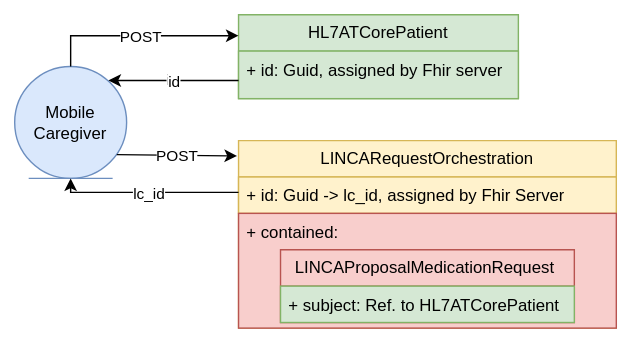
This is r5-LinkedCare-dev/UserStory_001_diagram.svg from HL7Austria/hl7austria.github.io, a draw.io export, as it was before one commit. Source tidied: cells renumbered, new cells last; positions are measured from the earlier drawing's top-left corner, leaving out a move shared by most shapes.
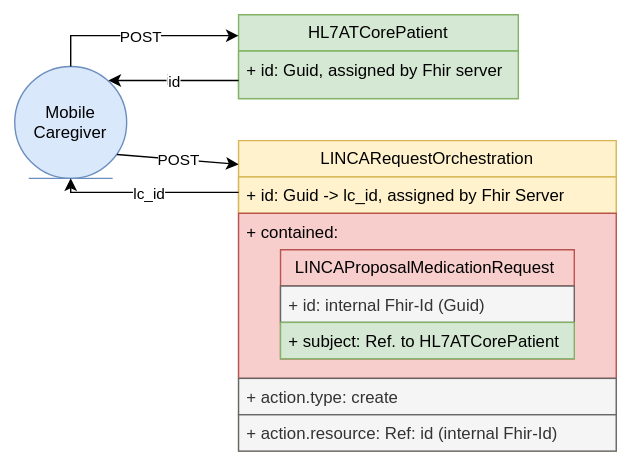
The same file after the commit.

What changed in the source:
```diff
@@ -3,14 +3,20 @@
     <mxCell id="0" />
     <mxCell id="1" parent="0" />
     <mxCell id="2" value="LINCARequestOrchestration" style="swimlane;fontStyle=0;horizontal=1;startSize=26;fillColor=#fff2cc;whiteSpace=wrap;html=1;strokeColor=#d6b656;" parent="1" vertex="1">
-      <mxGeometry x="160" y="90" width="270" height="134" as="geometry" />
+      <mxGeometry x="160" y="90" width="270" height="222" as="geometry" />
     </mxCell>
     <mxCell id="3" value="+ id: Guid -&amp;gt; lc_id, assigned by Fhir Server" style="text;strokeColor=#d6b656;fillColor=#fff2cc;align=left;verticalAlign=top;spacingLeft=4;spacingRight=4;overflow=hidden;whiteSpace=wrap;html=1;" parent="2" vertex="1">
       <mxGeometry y="26" width="270" height="26" as="geometry" />
     </mxCell>
     <mxCell id="4" value="+ contained:&amp;nbsp;&lt;br&gt;&lt;blockquote style=&quot;margin: 0 0 0 40px; border: none; padding: 0px;&quot;&gt;&lt;/blockquote&gt;&lt;blockquote style=&quot;margin: 0 0 0 40px; border: none; padding: 0px;&quot;&gt;&lt;/blockquote&gt;" style="text;strokeColor=#b85450;fillColor=#f8cecc;align=left;verticalAlign=top;spacingLeft=4;spacingRight=4;overflow=hidden;whiteSpace=wrap;html=1;" parent="2" vertex="1">
-      <mxGeometry y="52" width="270" height="82" as="geometry" />
+      <mxGeometry y="52" width="270" height="118" as="geometry" />
     </mxCell>
+    <mxCell id="18" value="+ action.type: create" style="text;align=left;verticalAlign=top;spacingLeft=4;spacingRight=4;overflow=hidden;whiteSpace=wrap;html=1;fillColor=#f5f5f5;fontColor=#333333;strokeColor=#666666;" parent="2" vertex="1">
+      <mxGeometry y="170" width="270" height="26" as="geometry" />
+    </mxCell>
+    <mxCell id="19" value="+ action.resource: Ref: id (internal Fhir-Id)" style="text;align=left;verticalAlign=top;spacingLeft=4;spacingRight=4;overflow=hidden;whiteSpace=wrap;html=1;fillColor=#f5f5f5;fontColor=#333333;strokeColor=#666666;" parent="2" vertex="1">
+      <mxGeometry y="196" width="270" height="26" as="geometry" />
+    </mxCell>
     <mxCell id="5" value="HL7ATCorePatient" style="swimlane;fontStyle=0;horizontal=1;startSize=26;fillColor=#d5e8d4;whiteSpace=wrap;html=1;strokeColor=#82b366;" parent="1" vertex="1">
       <mxGeometry x="160" width="200" height="60" as="geometry" />
     </mxCell>
@@ -40,9 +46,10 @@
     <mxCell id="11" value="id" style="edgeLabel;html=1;align=center;verticalAlign=middle;" parent="10" vertex="1">
       <mxGeometry relative="1" as="geometry" />
     </mxCell>
-    <mxCell id="12" style="endArrow=classic;html=1;rounded=0;entryX=-0.004;entryY=0.082;entryDx=0;entryDy=0;entryPerimeter=0;" parent="1" edge="1" target="2">
+    <mxCell id="12" style="endArrow=classic;html=1;rounded=0;" parent="1" edge="1">
       <mxGeometry relative="1" as="geometry">
         <mxPoint x="73" y="100" as="sourcePoint" />
+        <mxPoint x="160" y="107" as="targetPoint" />
       </mxGeometry>
     </mxCell>
     <mxCell id="13" value="POST" style="edgeLabel;html=1;align=center;verticalAlign=middle;" parent="12" vertex="1">
@@ -60,10 +67,13 @@
       <mxGeometry relative="1" as="geometry" />
     </mxCell>
     <mxCell id="16" value="LINCAProposalMedicationRequest&amp;nbsp;" style="swimlane;fontStyle=0;horizontal=1;startSize=26;fillColor=#f8cecc;whiteSpace=wrap;html=1;strokeColor=#b85450;" parent="1" vertex="1">
-      <mxGeometry x="190" y="168" width="210" height="52" as="geometry" />
+      <mxGeometry x="190" y="168" width="210" height="78" as="geometry" />
     </mxCell>
-    <mxCell id="17" value="+ subject: Ref. to HL7ATCorePatient" style="text;strokeColor=#82b366;fillColor=#d5e8d4;align=left;verticalAlign=top;spacingLeft=4;spacingRight=4;overflow=hidden;whiteSpace=wrap;html=1;" parent="16" vertex="1">
+    <mxCell id="17" value="+ id: internal Fhir-Id (Guid)" style="text;strokeColor=#666666;fillColor=#f5f5f5;align=left;verticalAlign=top;spacingLeft=4;spacingRight=4;overflow=hidden;whiteSpace=wrap;html=1;fontColor=#333333;" parent="16" vertex="1">
       <mxGeometry y="26" width="210" height="26" as="geometry" />
     </mxCell>
+    <mxCell id="20" value="+ subject: Ref. to HL7ATCorePatient" style="text;strokeColor=#82b366;fillColor=#d5e8d4;align=left;verticalAlign=top;spacingLeft=4;spacingRight=4;overflow=hidden;whiteSpace=wrap;html=1;" parent="16" vertex="1">
+      <mxGeometry y="52" width="210" height="26" as="geometry" />
+    </mxCell>
   </root>
 </mxGraphModel>
```
